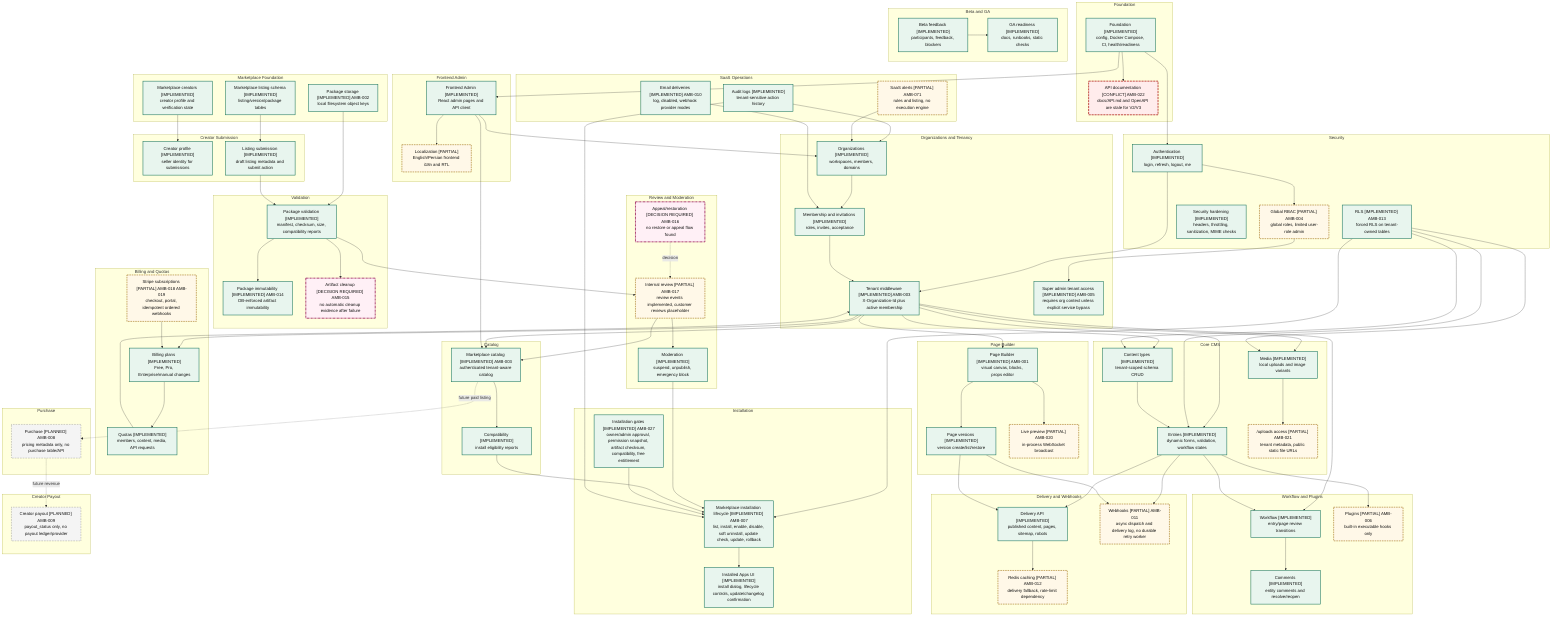
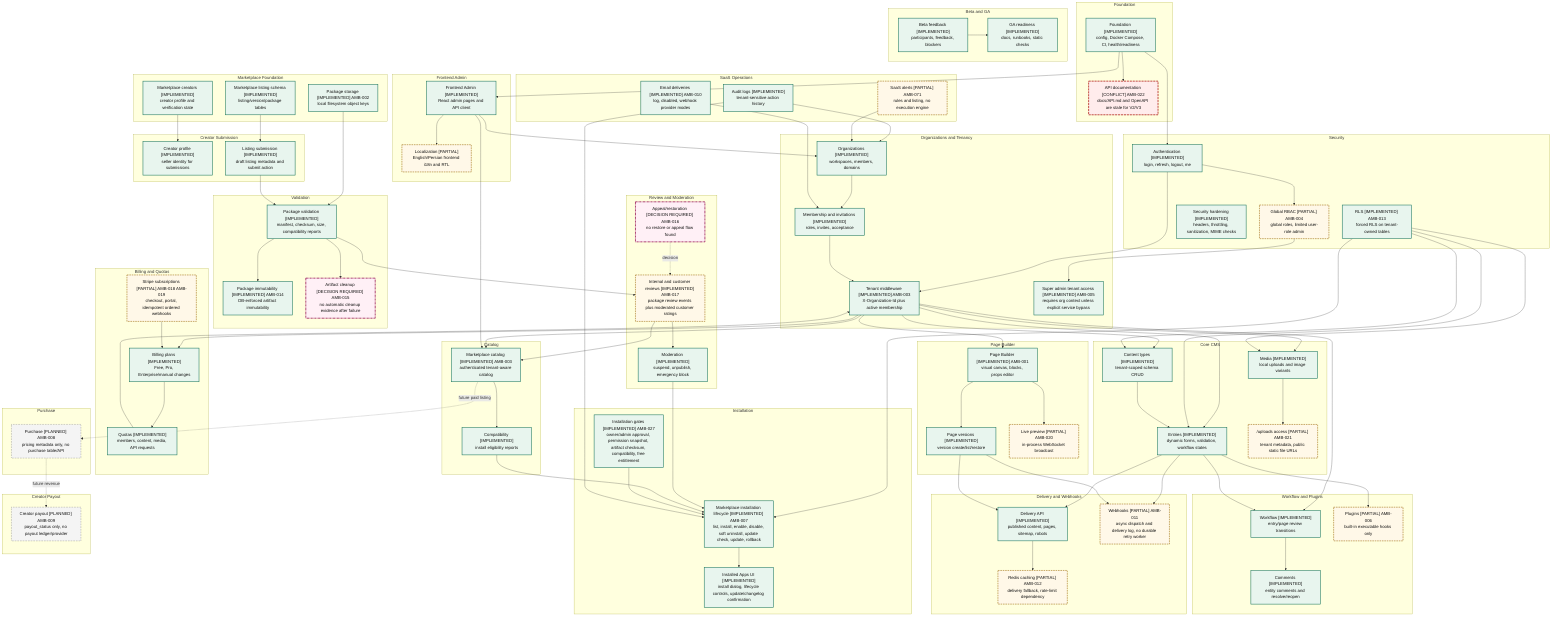
%% Evidence: docs/diagrams/REPOSITORY_INVENTORY.md
%% Evidence: docs/diagrams/ARCHITECTURE_AUDIT.md
%% Evidence: docs/diagrams/AMBIGUITIES.md
flowchart TD
  subgraph foundation_group["Foundation"]
    foundation["Foundation [IMPLEMENTED]<br/>config, Docker Compose, CI, health/readiness"]
    api_docs["API documentation [CONFLICT] AMB-022<br/>docs/API.md and OpenAPI are stale for V2/V3"]
  end

  subgraph core_cms_group["Core CMS"]
    content_types["Content types [IMPLEMENTED]<br/>tenant-scoped schema CRUD"]
    entries["Entries [IMPLEMENTED]<br/>dynamic forms, validation, workflow states"]
    media["Media [IMPLEMENTED]<br/>local uploads and image variants"]
    uploads_access["/uploads access [PARTIAL] AMB-021<br/>tenant metadata, public static file URLs"]
  end

  subgraph page_builder_group["Page Builder"]
    page_builder["Page Builder [IMPLEMENTED] AMB-001<br/>visual canvas, blocks, props editor"]
    page_versions["Page versions [IMPLEMENTED]<br/>version create/list/restore"]
    live_preview["Live preview [PARTIAL] AMB-020<br/>in-process WebSocket broadcast"]
  end

  subgraph delivery_webhooks_group["Delivery and Webhooks"]
    delivery_api["Delivery API [IMPLEMENTED]<br/>published content, pages, sitemap, robots"]
    redis_cache["Redis caching [PARTIAL] AMB-012<br/>delivery fallback, rate-limit dependency"]
    webhooks["Webhooks [PARTIAL] AMB-011<br/>async dispatch and delivery log, no durable retry worker"]
  end

  subgraph workflow_plugins_group["Workflow and Plugins"]
    workflow["Workflow [IMPLEMENTED]<br/>entry/page review transitions"]
    comments["Comments [IMPLEMENTED]<br/>entity comments and resolve/reopen"]
    plugins["Plugins [PARTIAL] AMB-006<br/>built-in executable hooks only"]
  end

  subgraph security_group["Security"]
    auth["Authentication [IMPLEMENTED]<br/>login, refresh, logout, me"]
    global_rbac["Global RBAC [PARTIAL] AMB-004<br/>global roles, limited user-role admin"]
    security_hardening["Security hardening [IMPLEMENTED]<br/>headers, throttling, sanitization, MIME checks"]
    rls["RLS [IMPLEMENTED] AMB-013<br/>forced RLS on tenant-owned tables"]
  end

  subgraph frontend_group["Frontend Admin"]
    frontend_admin["Frontend Admin [IMPLEMENTED]<br/>React admin pages and API client"]
    localization["Localization [PARTIAL]<br/>English/Persian frontend i18n and RTL"]
  end

  subgraph tenancy_group["Organizations and Tenancy"]
    organizations["Organizations [IMPLEMENTED]<br/>workspaces, members, domains"]
    memberships["Membership and invitations [IMPLEMENTED]<br/>roles, invites, acceptance"]
    tenant_middleware["Tenant middleware [IMPLEMENTED] AMB-003<br/>X-Organization-Id plus active membership"]
    super_admin["Super admin tenant access [IMPLEMENTED] AMB-005<br/>requires org context unless explicit service bypass"]
  end

  subgraph billing_group["Billing and Quotas"]
    billing_plans["Billing plans [IMPLEMENTED]<br/>Free, Pro, Enterprise/manual changes"]
    stripe_subscriptions["Stripe subscriptions [PARTIAL] AMB-018 AMB-019<br/>checkout, portal, idempotent ordered webhooks"]
    quotas["Quotas [IMPLEMENTED]<br/>members, content, media, API requests"]
  end

  subgraph saas_ops_group["SaaS Operations"]
    audit_logs["Audit logs [IMPLEMENTED]<br/>tenant-sensitive action history"]
    email_deliveries["Email deliveries [IMPLEMENTED] AMB-010<br/>log, disabled, webhook provider modes"]
    saas_alerts["SaaS alerts [PARTIAL] AMB-071<br/>rules and listing, no execution engine"]
  end

  subgraph beta_ga_group["Beta and GA"]
    beta_feedback["Beta feedback [IMPLEMENTED]<br/>participants, feedback, blockers"]
    ga_readiness["GA readiness [IMPLEMENTED]<br/>docs, runbooks, static checks"]
  end

  subgraph marketplace_foundation_group["Marketplace Foundation"]
    marketplace_creators["Marketplace creators [IMPLEMENTED]<br/>creator profile and verification state"]
    marketplace_listing_schema["Marketplace listing schema [IMPLEMENTED]<br/>listing/version/package tables"]
    marketplace_storage["Package storage [IMPLEMENTED] AMB-002<br/>local filesystem object keys"]
  end

  subgraph creator_submission_group["Creator Submission"]
    creator_profile["Creator profile [IMPLEMENTED]<br/>seller identity for submissions"]
    listing_submission["Listing submission [IMPLEMENTED]<br/>draft listing metadata and submit action"]
  end

  subgraph validation_group["Validation"]
    package_validation["Package validation [IMPLEMENTED]<br/>manifest, checksum, size, compatibility reports"]
    package_immutability["Package immutability [IMPLEMENTED] AMB-014<br/>DB-enforced artifact immutability"]
    artifact_cleanup["Artifact cleanup [DECISION REQUIRED] AMB-015<br/>no automatic cleanup evidence after failure"]
  end

  subgraph review_group["Review and Moderation"]
-     internal_review["Internal review [PARTIAL] AMB-017<br/>review events implemented, customer reviews placeholder"]
+     internal_review["Internal and customer reviews [IMPLEMENTED] AMB-017<br/>package review events plus moderated customer ratings"]
    moderation["Moderation [IMPLEMENTED]<br/>suspend, unpublish, emergency block"]
    review_restoration["Appeal/restoration [DECISION REQUIRED] AMB-016<br/>no restore or appeal flow found"]
  end

  subgraph catalog_group["Catalog"]
    catalog["Marketplace catalog [IMPLEMENTED] AMB-003<br/>authenticated tenant-aware catalog"]
    compatibility["Compatibility [IMPLEMENTED]<br/>install eligibility reports"]
  end

  subgraph installation_group["Installation"]
    installation["Marketplace installation lifecycle [IMPLEMENTED] AMB-007<br/>list, install, enable, disable, soft uninstall, update check, update, rollback"]
    installation_gates["Installation gates [IMPLEMENTED] AMB-027<br/>owner/admin approval, permission snapshot, artifact checksum, compatibility, free entitlement"]
    installation_ui["Installed Apps UI [IMPLEMENTED]<br/>install dialog, lifecycle controls, update/changelog confirmation"]
  end

  subgraph purchase_group["Purchase"]
    purchase["Purchase [PLANNED] AMB-008<br/>pricing metadata only, no purchase table/API"]
  end

  subgraph payout_group["Creator Payout"]
    payout["Creator payout [PLANNED] AMB-009<br/>payout_status only, no payout ledger/provider"]
  end

  foundation --> auth
  foundation --> frontend_admin
  foundation --> api_docs
  auth --> global_rbac
  auth --> tenant_middleware
  organizations --> memberships
  memberships --> tenant_middleware
  global_rbac --> super_admin
  tenant_middleware --> content_types
  tenant_middleware --> entries
  tenant_middleware --> media
  tenant_middleware --> page_builder
  tenant_middleware --> workflow
  tenant_middleware --> billing_plans
  tenant_middleware --> catalog
  rls --> content_types
  rls --> entries
  rls --> media
  rls --> installation
  content_types --> entries
  media --> uploads_access
  page_builder --> page_versions
  page_builder --> live_preview
  entries --> delivery_api
  page_versions --> delivery_api
  delivery_api --> redis_cache
  entries --> workflow
  workflow --> comments
  entries --> plugins
  entries --> webhooks
  page_versions --> webhooks
  frontend_admin --> localization
  frontend_admin --> organizations
  frontend_admin --> catalog
  billing_plans --> quotas
  stripe_subscriptions --> billing_plans
  quotas --> tenant_middleware
  audit_logs --> organizations
  email_deliveries --> memberships
  saas_alerts --> organizations
  beta_feedback --> ga_readiness
  marketplace_creators --> creator_profile
  marketplace_listing_schema --> listing_submission
  marketplace_storage --> package_validation
  listing_submission --> package_validation
  package_validation --> package_immutability
  package_validation --> artifact_cleanup
  package_validation --> internal_review
  internal_review --> moderation
  moderation --> installation
  internal_review --> catalog
  review_restoration -. decision .-> internal_review
  catalog --> compatibility
  compatibility --> installation
  installation_gates --> installation
  installation --> installation_ui
  audit_logs --> installation
  catalog -. future paid listing .-> purchase
  purchase -. future revenue .-> payout

  class foundation,content_types,entries,media,page_builder,page_versions,delivery_api,workflow,comments,auth,security_hardening,rls,frontend_admin,organizations,memberships,tenant_middleware,super_admin,billing_plans,quotas,audit_logs,email_deliveries,beta_feedback,ga_readiness,marketplace_creators,marketplace_listing_schema,marketplace_storage,creator_profile,listing_submission,package_validation,package_immutability,moderation,catalog,compatibility,installation,installation_gates,installation_ui implemented
  class global_rbac,uploads_access,live_preview,redis_cache,webhooks,plugins,localization,stripe_subscriptions,saas_alerts,internal_review partial
  class purchase,payout planned
  class api_docs conflict
  class artifact_cleanup,review_restoration decision
  classDef implemented fill:#e8f5ee,stroke:#17745b,stroke-width:2px,color:#111
  classDef partial fill:#fff8e8,stroke:#9a6500,stroke-width:2px,stroke-dasharray: 6 3,color:#111
  classDef planned fill:#f4f4f4,stroke:#666,stroke-width:2px,stroke-dasharray: 2 4,color:#111
  classDef conflict fill:#ffecec,stroke:#b3261e,stroke-width:3px,stroke-dasharray: 8 3,color:#111
  classDef decision fill:#fff0f6,stroke:#9b1b5a,stroke-width:3px,stroke-dasharray: 8 2 2 2,color:#111
